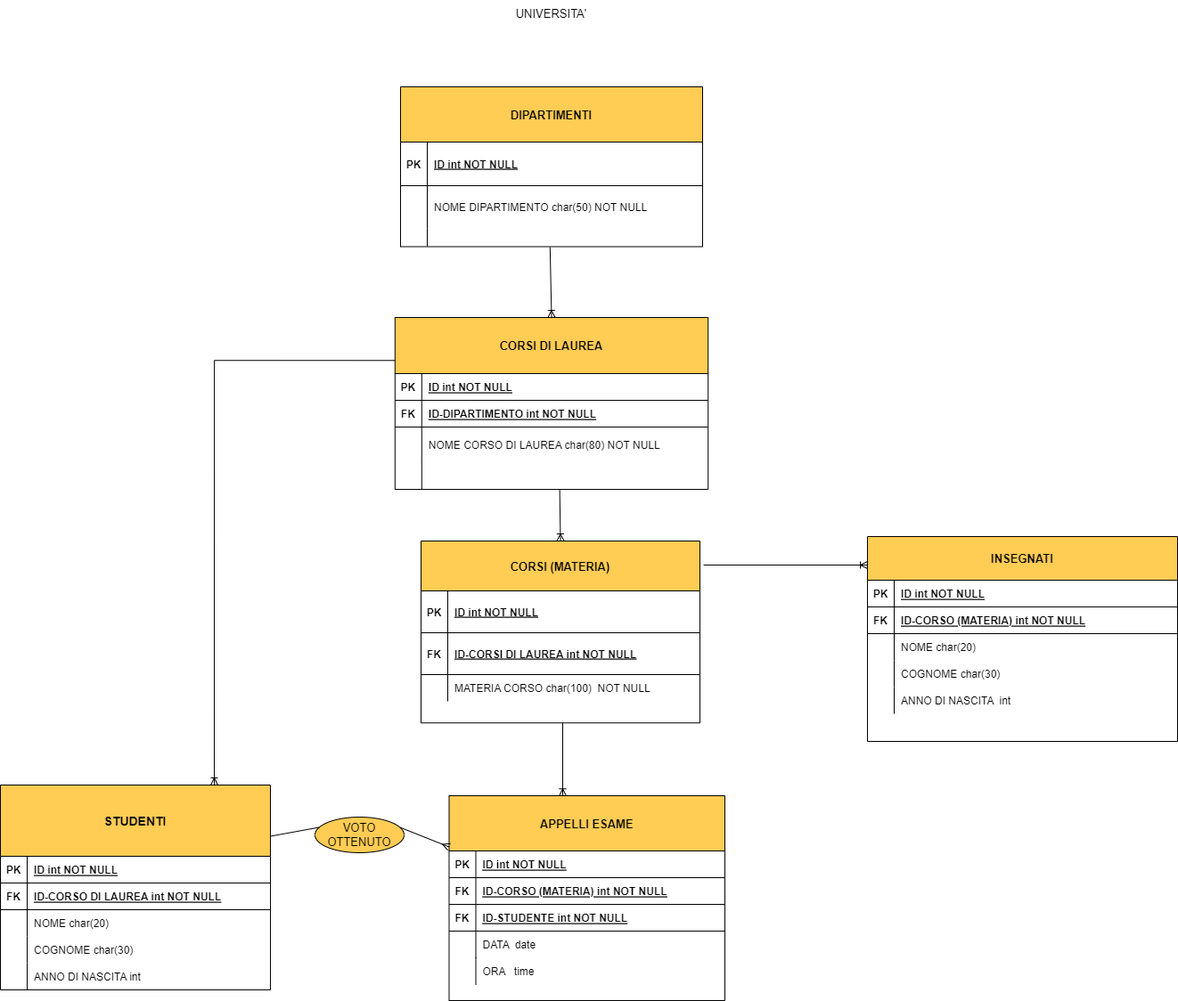
SamueleDellaRocca/db-university keeps this draw.io diagram as grafico-immagine.png. Above is the earlier version. Source tidied: cells renumbered, new cells last; positions are measured from the earlier drawing's top-left corner, leaving out a move shared by most shapes.
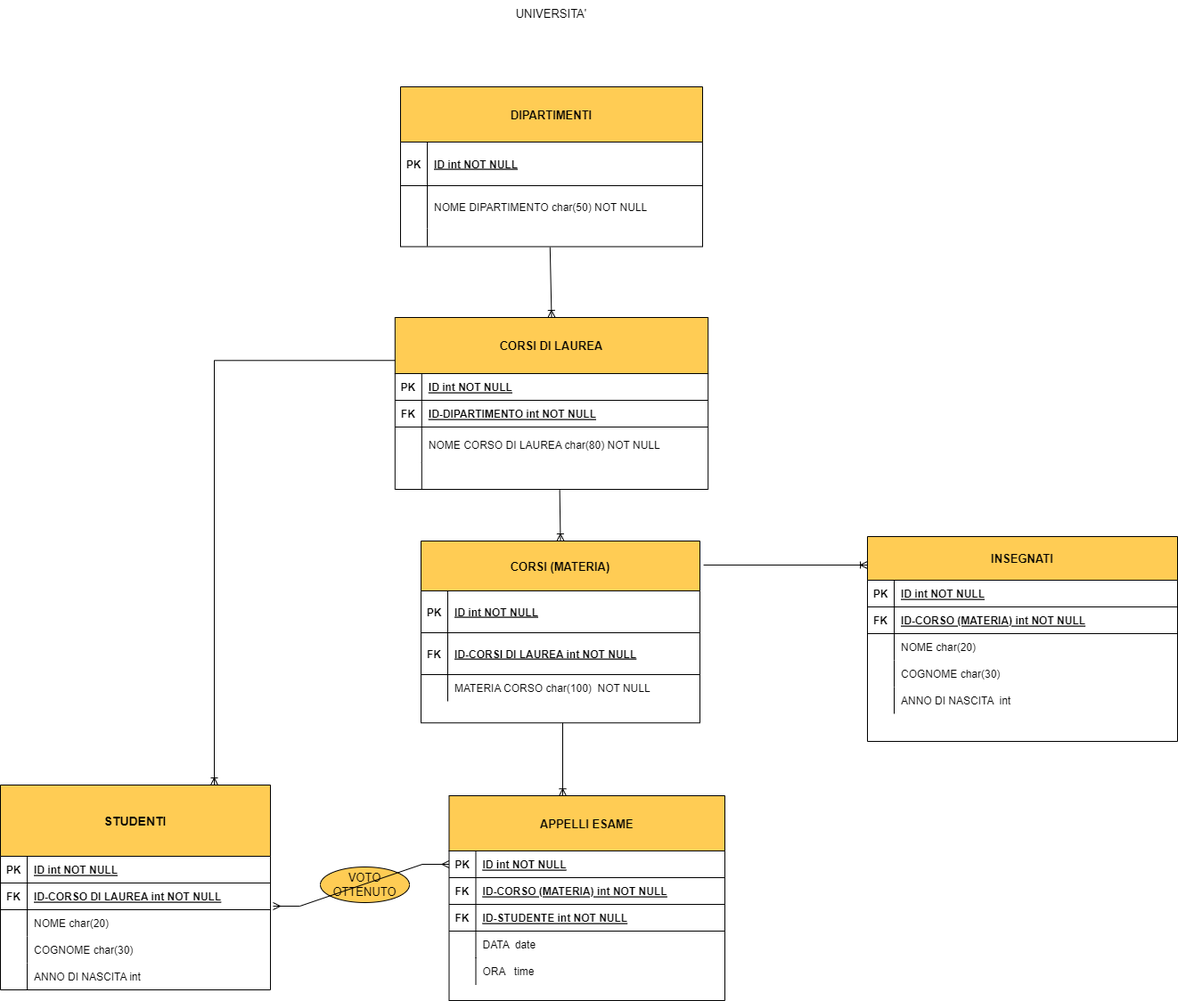
After the change.

What changed in the source:
```diff
@@ -265,17 +265,16 @@
         <mxPoint x="240" y="881" as="targetPoint" />
       </mxGeometry>
     </mxCell>
-    <mxCell id="88" style="fontSize=12;html=1;endArrow=ERmany;rounded=0;exitX=1;exitY=0.25;exitDx=0;exitDy=0;entryX=0;entryY=0.25;entryDx=0;entryDy=0;startArrow=none;" parent="1" edge="1" source="89" target="35">
-      <mxGeometry relative="1" as="geometry" />
-    </mxCell>
     <mxCell id="89" value="VOTO OTTENUTO" style="ellipse;whiteSpace=wrap;html=1;align=center;labelBackgroundColor=none;fontSize=13;fillColor=#FFCC54;" parent="1" vertex="1">
-      <mxGeometry x="353" y="917" width="100" height="40" as="geometry" />
+      <mxGeometry x="359" y="973" width="100" height="40" as="geometry" />
     </mxCell>
-    <mxCell id="90" style="fontSize=12;html=1;endArrow=none;rounded=0;exitX=1;exitY=0.25;exitDx=0;exitDy=0;entryX=0;entryY=0.25;entryDx=0;entryDy=0;" parent="1" edge="1" source="67" target="89">
-      <mxGeometry relative="1" as="geometry" />
-    </mxCell>
     <mxCell id="91" value="UNIVERSITA'" style="text;html=1;strokeColor=none;fillColor=none;align=center;verticalAlign=middle;whiteSpace=wrap;rounded=0;labelBackgroundColor=none;fontSize=13;" parent="1" vertex="1">
       <mxGeometry x="471" width="295" height="30" as="geometry" />
     </mxCell>
+    <mxCell id="92" style="edgeStyle=entityRelationEdgeStyle;fontSize=12;html=1;endArrow=ERmany;startArrow=ERmany;rounded=0;entryX=0;entryY=0.5;entryDx=0;entryDy=0;" parent="1" edge="1" target="36">
+      <mxGeometry relative="1" as="geometry">
+        <mxPoint x="306" y="1017" as="sourcePoint" />
+      </mxGeometry>
+    </mxCell>
   </root>
 </mxGraphModel>
```
